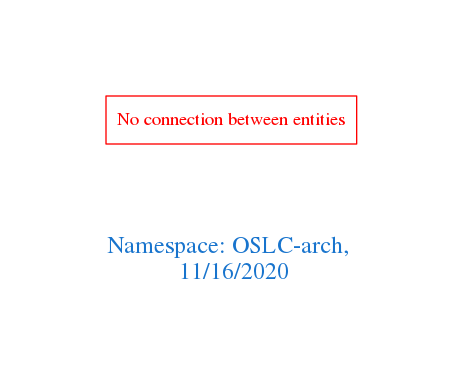
arago/OGIT keeps this Graphviz diagram as downloads/OSLC-arch.png. Above is the earlier version. Its source is kept beside it as downloads/OSLC-arch.dot.
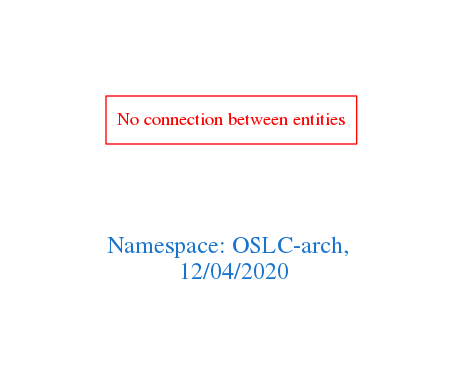
After the commit.

Change to the diagram source:
```diff
@@ -1,7 +1,7 @@
 digraph OGIT_ontology {
  graph [ rankdir= LR,pad=1
 fontsize = 18,
-fontcolor= dodgerblue3,label = "\n\n\nNamespace: OSLC-arch, \n 11/16/2020"];
+fontcolor= dodgerblue3,label = "\n\n\nNamespace: OSLC-arch, \n 12/04/2020"];
 node[shape=polygon];
 edge [  color="gray81"];
 
```
